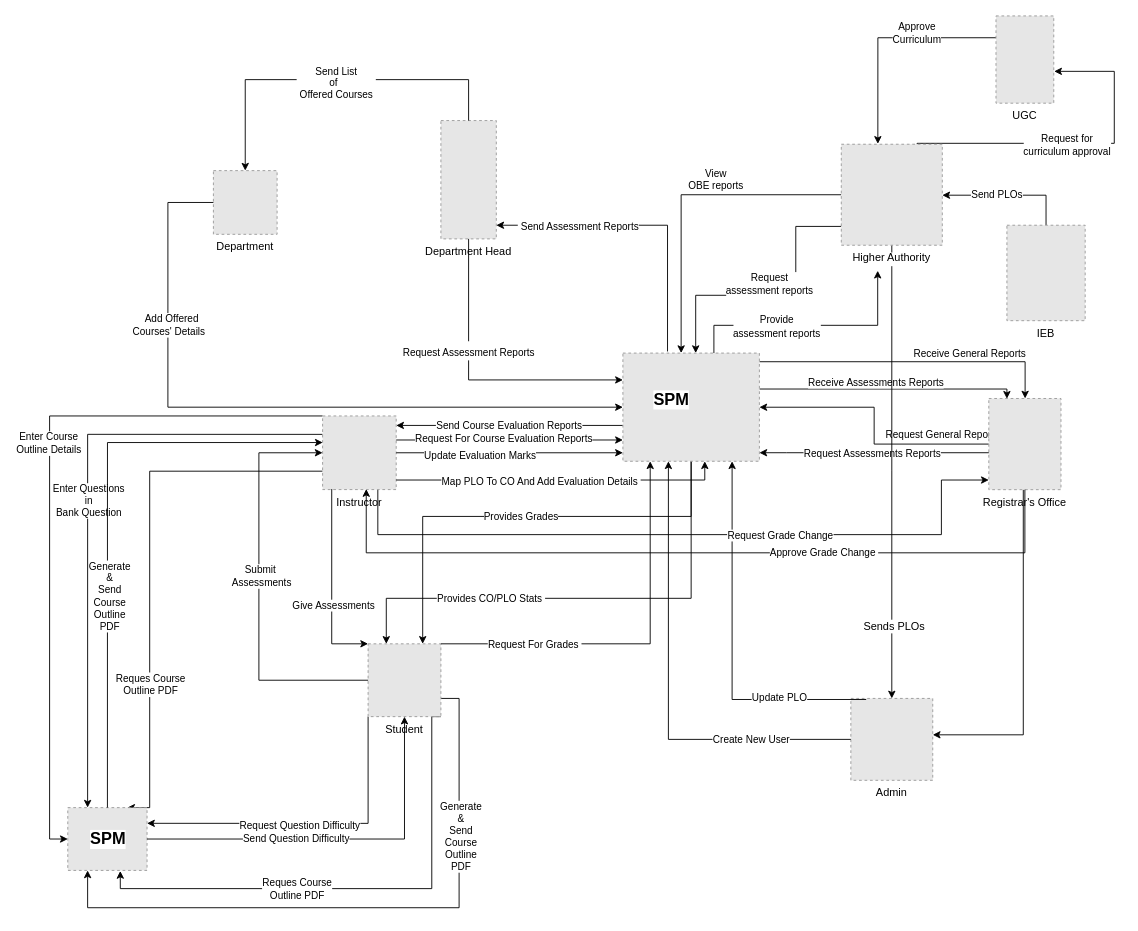
This is Documentation/Rich_Picture_TOBE.drawio from injamam00155/CSE303-sec-04-Group-03, a draw.io file, before an edit. Source tidied: cells renumbered, new cells numbered last; positions are measured from the earlier drawing's top-left corner, leaving out a move shared by most shapes. Both pictures are drawn from the tidied source at 91%, with x=0, y=0 at pixel (49, 15). Pictures stored in the file or linked from it are replaced by grey dashed boxes.
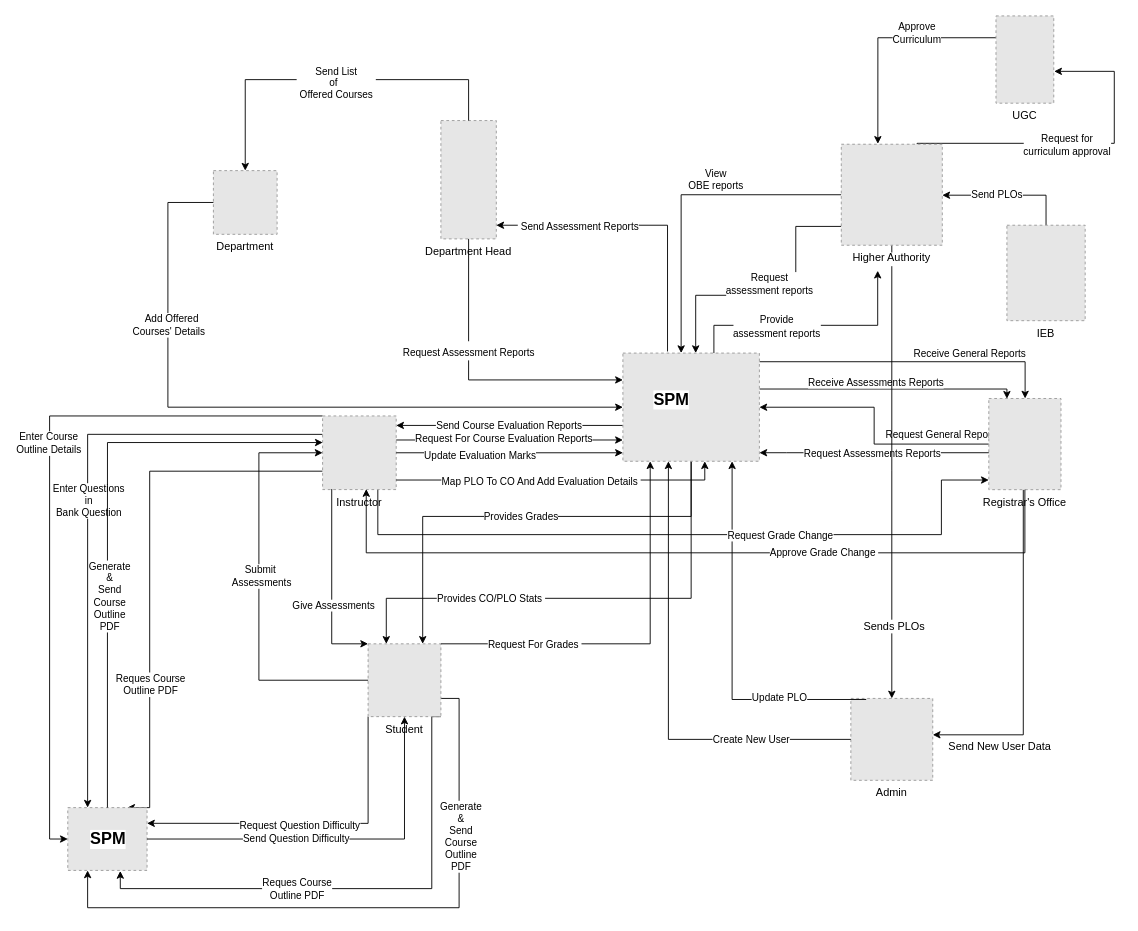
The same page after the edit.

Change to the diagram source:
```diff
@@
+    <mxCell id="90" value="Send New User Data" style="text;html=1;align=center;verticalAlign=middle;strokeColor=none;fillColor=none;" parent="1" vertex="1">
+      <mxGeometry x="978" y="790" width="131" height="26" as="geometry" />
+    </mxCell>
```
